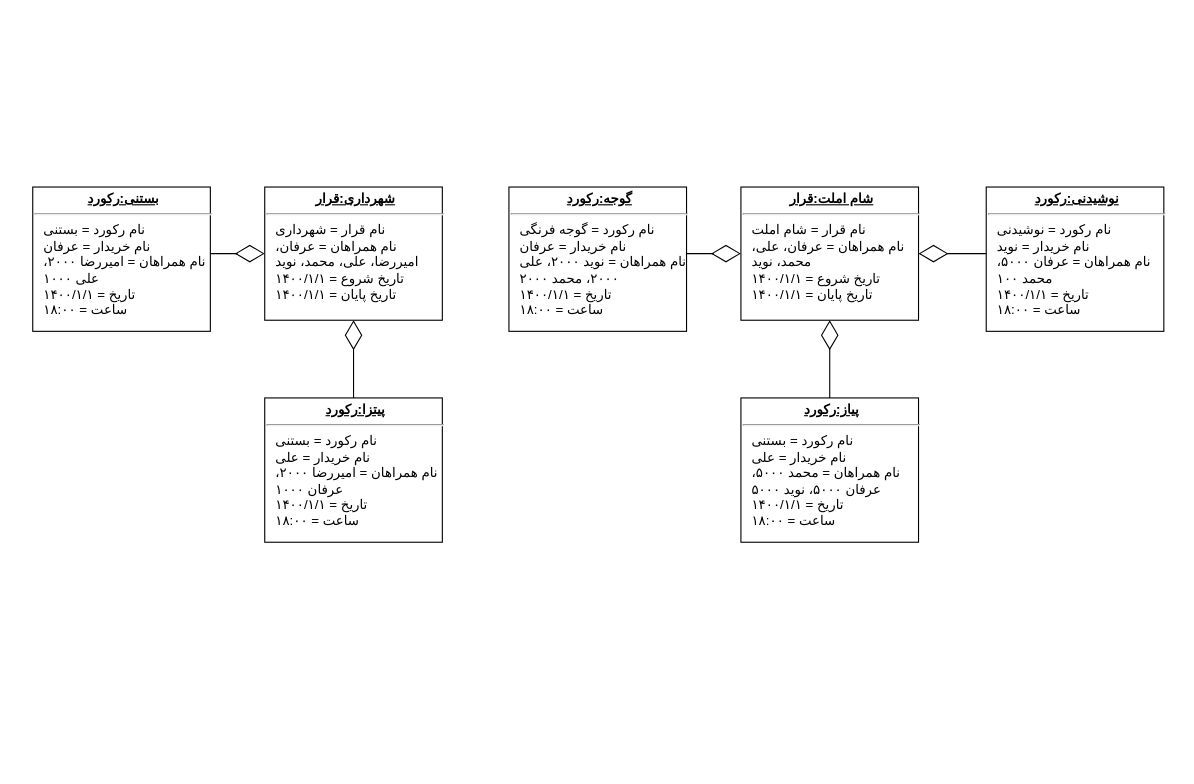
Before: page "Object" (2 of 14) of UML.drawio in moharamzadeh/lets-go-dutch, a draw.io diagram. Source tidied: cells renumbered, new cells numbered last; positions are measured from the earlier drawing's top-left corner, leaving out a move shared by most shapes. Both pictures are drawn from the tidied source at 111%, with x=0, y=0 at pixel (32, 186).
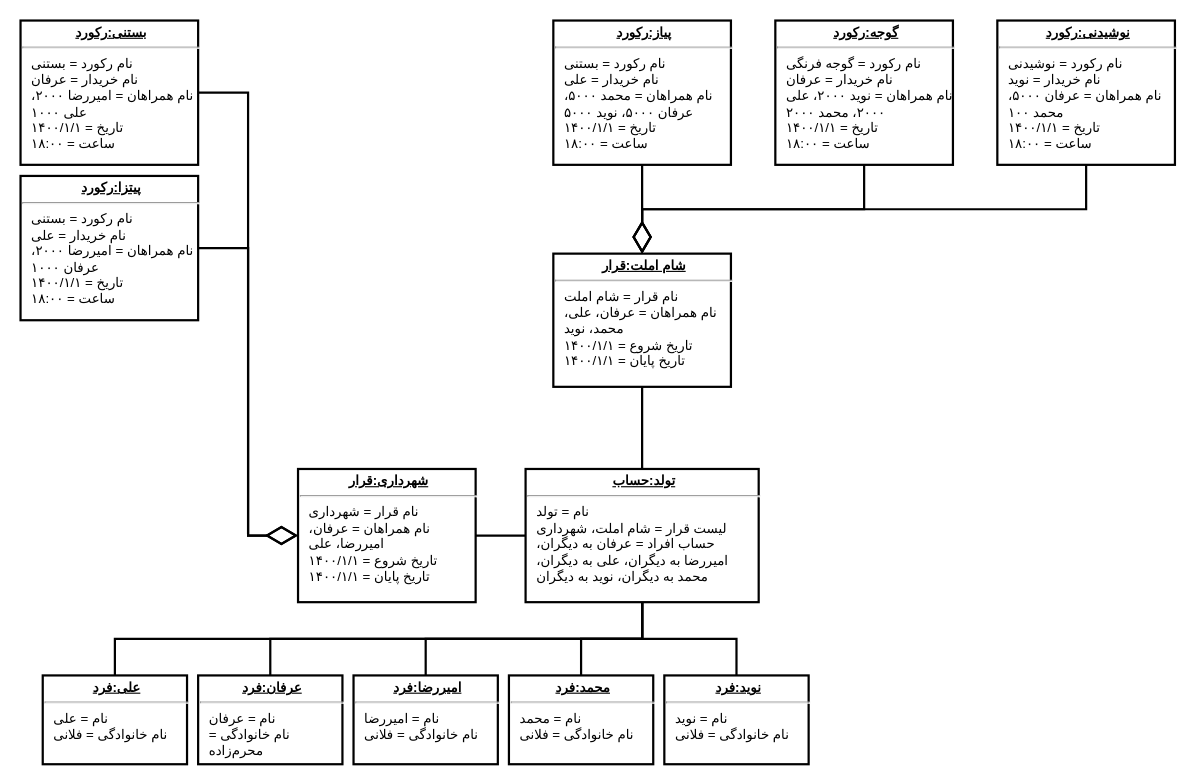
Above is the later version.

Change to the diagram source:
```diff
@@
-    <mxCell id="2" value="&lt;p style=&quot;margin:0px;margin-top:4px;text-align:center;text-decoration:underline;&quot;&gt;&lt;b&gt;شهرداری:قرار&lt;/b&gt;&lt;/p&gt;&lt;hr&gt;&lt;p style=&quot;margin: 0px 0px 0px 8px;&quot;&gt;نام قرار = شهرداری&lt;/p&gt;&lt;p style=&quot;margin: 0px 0px 0px 8px;&quot;&gt;نام همراهان = عرفان، امیررضا، علی، محمد، نوید&lt;/p&gt;&lt;p style=&quot;margin: 0px 0px 0px 8px;&quot;&gt;تاریخ شروع = ۱۴۰۰/۱/۱&lt;/p&gt;&lt;p style=&quot;margin: 0px 0px 0px 8px;&quot;&gt;تاریخ پایان = ۱۴۰۰/۱/۱&lt;/p&gt;" style="verticalAlign=top;align=left;overflow=fill;fontSize=12;fontFamily=Vazirmatn;html=1;textDirection=rtl;whiteSpace=wrap;" parent="1" vertex="1">
-      <mxGeometry x="209" width="160" height="120" as="geometry" />
+    <mxCell id="2" value="&lt;p style=&quot;margin:0px;margin-top:4px;text-align:center;text-decoration:underline;&quot;&gt;&lt;b&gt;شهرداری:قرار&lt;/b&gt;&lt;/p&gt;&lt;hr&gt;&lt;p style=&quot;margin: 0px 0px 0px 8px;&quot;&gt;نام قرار = شهرداری&lt;/p&gt;&lt;p style=&quot;margin: 0px 0px 0px 8px;&quot;&gt;نام همراهان = عرفان، امیررضا، علی&lt;/p&gt;&lt;p style=&quot;margin: 0px 0px 0px 8px;&quot;&gt;تاریخ شروع = ۱۴۰۰/۱/۱&lt;/p&gt;&lt;p style=&quot;margin: 0px 0px 0px 8px;&quot;&gt;تاریخ پایان = ۱۴۰۰/۱/۱&lt;/p&gt;" style="verticalAlign=top;align=left;overflow=fill;fontSize=12;fontFamily=Vazirmatn;html=1;textDirection=rtl;whiteSpace=wrap;strokeWidth=2;" parent="1" vertex="1">
+      <mxGeometry x="239" y="254" width="160" height="120" as="geometry" />
     </mxCell>
-    <mxCell id="3" value="&lt;p style=&quot;margin:0px;margin-top:4px;text-align:center;text-decoration:underline;&quot;&gt;&lt;b&gt;بستنی:رکورد&lt;/b&gt;&lt;/p&gt;&lt;hr&gt;&lt;p style=&quot;margin:0px;margin-left:8px;&quot;&gt;نام رکورد = بستنی&lt;/p&gt;&lt;p style=&quot;margin:0px;margin-left:8px;&quot;&gt;نام خریدار = عرفان&lt;/p&gt;&lt;p style=&quot;margin:0px;margin-left:8px;&quot;&gt;نام همراهان = امیررضا ۲۰۰۰، علی ۱۰۰۰&lt;/p&gt;&lt;p style=&quot;margin:0px;margin-left:8px;&quot;&gt;تاریخ = ۱۴۰۰/۱/۱&lt;/p&gt;&lt;p style=&quot;margin:0px;margin-left:8px;&quot;&gt;ساعت = ۱۸:۰۰&lt;/p&gt;" style="verticalAlign=top;align=left;overflow=fill;fontSize=12;fontFamily=Vazirmatn;html=1;textDirection=rtl;whiteSpace=wrap;" parent="1" vertex="1">
-      <mxGeometry width="160" height="130" as="geometry" />
+    <mxCell id="3" value="&lt;p style=&quot;margin:0px;margin-top:4px;text-align:center;text-decoration:underline;&quot;&gt;&lt;b&gt;بستنی:رکورد&lt;/b&gt;&lt;/p&gt;&lt;hr&gt;&lt;p style=&quot;margin:0px;margin-left:8px;&quot;&gt;نام رکورد = بستنی&lt;/p&gt;&lt;p style=&quot;margin:0px;margin-left:8px;&quot;&gt;نام خریدار = عرفان&lt;/p&gt;&lt;p style=&quot;margin:0px;margin-left:8px;&quot;&gt;نام همراهان = امیررضا ۲۰۰۰، علی ۱۰۰۰&lt;/p&gt;&lt;p style=&quot;margin:0px;margin-left:8px;&quot;&gt;تاریخ = ۱۴۰۰/۱/۱&lt;/p&gt;&lt;p style=&quot;margin:0px;margin-left:8px;&quot;&gt;ساعت = ۱۸:۰۰&lt;/p&gt;" style="verticalAlign=top;align=left;overflow=fill;fontSize=12;fontFamily=Vazirmatn;html=1;textDirection=rtl;whiteSpace=wrap;strokeWidth=2;" parent="1" vertex="1">
+      <mxGeometry x="-11" y="-150" width="160" height="130" as="geometry" />
     </mxCell>
-    <mxCell id="4" style="endArrow=diamondThin;endFill=0;endSize=24;html=1;rounded=0;fontFamily=Vazirmatn;edgeStyle=elbowEdgeStyle;elbow=vertical;textDirection=rtl;" parent="1" edge="1" source="3" target="2">
+    <mxCell id="4" style="endArrow=diamondThin;endFill=0;endSize=24;html=1;rounded=0;fontFamily=Vazirmatn;edgeStyle=elbowEdgeStyle;textDirection=rtl;strokeWidth=2;" parent="1" edge="1" source="3" target="2">
       <mxGeometry relative="1" as="geometry" />
     </mxCell>
-    <mxCell id="5" value="&lt;p style=&quot;margin:0px;margin-top:4px;text-align:center;text-decoration:underline;&quot;&gt;&lt;b&gt;پیتزا:رکورد&lt;/b&gt;&lt;/p&gt;&lt;hr&gt;&lt;p style=&quot;margin:0px;margin-left:8px;&quot;&gt;نام رکورد = بستنی&lt;/p&gt;&lt;p style=&quot;margin:0px;margin-left:8px;&quot;&gt;نام خریدار = علی&lt;/p&gt;&lt;p style=&quot;margin:0px;margin-left:8px;&quot;&gt;نام همراهان = امیررضا ۲۰۰۰، عرفان ۱۰۰۰&lt;/p&gt;&lt;p style=&quot;margin:0px;margin-left:8px;&quot;&gt;تاریخ = ۱۴۰۰/۱/۱&lt;/p&gt;&lt;p style=&quot;margin:0px;margin-left:8px;&quot;&gt;ساعت = ۱۸:۰۰&lt;/p&gt;" style="verticalAlign=top;align=left;overflow=fill;fontSize=12;fontFamily=Vazirmatn;html=1;textDirection=rtl;whiteSpace=wrap;" parent="1" vertex="1">
-      <mxGeometry x="209" y="190" width="160" height="130" as="geometry" />
+    <mxCell id="5" value="&lt;p style=&quot;margin:0px;margin-top:4px;text-align:center;text-decoration:underline;&quot;&gt;&lt;b&gt;پیتزا:رکورد&lt;/b&gt;&lt;/p&gt;&lt;hr&gt;&lt;p style=&quot;margin:0px;margin-left:8px;&quot;&gt;نام رکورد = بستنی&lt;/p&gt;&lt;p style=&quot;margin:0px;margin-left:8px;&quot;&gt;نام خریدار = علی&lt;/p&gt;&lt;p style=&quot;margin:0px;margin-left:8px;&quot;&gt;نام همراهان = امیررضا ۲۰۰۰، عرفان ۱۰۰۰&lt;/p&gt;&lt;p style=&quot;margin:0px;margin-left:8px;&quot;&gt;تاریخ = ۱۴۰۰/۱/۱&lt;/p&gt;&lt;p style=&quot;margin:0px;margin-left:8px;&quot;&gt;ساعت = ۱۸:۰۰&lt;/p&gt;" style="verticalAlign=top;align=left;overflow=fill;fontSize=12;fontFamily=Vazirmatn;html=1;textDirection=rtl;whiteSpace=wrap;strokeWidth=2;" parent="1" vertex="1">
+      <mxGeometry x="-11" y="-10" width="160" height="130" as="geometry" />
     </mxCell>
-    <mxCell id="6" style="endArrow=diamondThin;endFill=0;endSize=24;html=1;rounded=0;fontFamily=Vazirmatn;edgeStyle=elbowEdgeStyle;textDirection=rtl;" parent="1" edge="1" source="5" target="2">
+    <mxCell id="6" style="endArrow=diamondThin;endFill=0;endSize=24;html=1;rounded=0;fontFamily=Vazirmatn;edgeStyle=elbowEdgeStyle;textDirection=rtl;strokeWidth=2;" parent="1" edge="1" source="5" target="2">
       <mxGeometry relative="1" as="geometry" />
     </mxCell>
-    <mxCell id="7" value="&lt;p style=&quot;margin:0px;margin-top:4px;text-align:center;text-decoration:underline;&quot;&gt;&lt;b&gt;شام املت:قرار&lt;/b&gt;&lt;/p&gt;&lt;hr&gt;&lt;p style=&quot;margin: 0px 0px 0px 8px;&quot;&gt;نام قرار = شام املت&lt;/p&gt;&lt;p style=&quot;margin: 0px 0px 0px 8px;&quot;&gt;نام همراهان = عرفان، علی، محمد، نوید&lt;/p&gt;&lt;p style=&quot;margin: 0px 0px 0px 8px;&quot;&gt;تاریخ شروع = ۱۴۰۰/۱/۱&lt;/p&gt;&lt;p style=&quot;margin: 0px 0px 0px 8px;&quot;&gt;تاریخ پایان = ۱۴۰۰/۱/۱&lt;/p&gt;" style="verticalAlign=top;align=left;overflow=fill;fontSize=12;fontFamily=Vazirmatn;html=1;textDirection=rtl;whiteSpace=wrap;" parent="1" vertex="1">
-      <mxGeometry x="638" width="160" height="120" as="geometry" />
+    <mxCell id="7" value="&lt;p style=&quot;margin:0px;margin-top:4px;text-align:center;text-decoration:underline;&quot;&gt;&lt;b&gt;شام املت:قرار&lt;/b&gt;&lt;/p&gt;&lt;hr&gt;&lt;p style=&quot;margin: 0px 0px 0px 8px;&quot;&gt;نام قرار = شام املت&lt;/p&gt;&lt;p style=&quot;margin: 0px 0px 0px 8px;&quot;&gt;نام همراهان = عرفان، علی، محمد، نوید&lt;/p&gt;&lt;p style=&quot;margin: 0px 0px 0px 8px;&quot;&gt;تاریخ شروع = ۱۴۰۰/۱/۱&lt;/p&gt;&lt;p style=&quot;margin: 0px 0px 0px 8px;&quot;&gt;تاریخ پایان = ۱۴۰۰/۱/۱&lt;/p&gt;" style="verticalAlign=top;align=left;overflow=fill;fontSize=12;fontFamily=Vazirmatn;html=1;textDirection=rtl;whiteSpace=wrap;strokeWidth=2;" parent="1" vertex="1">
+      <mxGeometry x="469" y="60" width="160" height="120" as="geometry" />
     </mxCell>
-    <mxCell id="8" value="&lt;p style=&quot;margin:0px;margin-top:4px;text-align:center;text-decoration:underline;&quot;&gt;&lt;b&gt;گوجه:رکورد&lt;/b&gt;&lt;/p&gt;&lt;hr&gt;&lt;p style=&quot;margin:0px;margin-left:8px;&quot;&gt;نام رکورد = گوجه فرنگی&lt;/p&gt;&lt;p style=&quot;margin:0px;margin-left:8px;&quot;&gt;نام خریدار = عرفان&lt;/p&gt;&lt;p style=&quot;margin:0px;margin-left:8px;&quot;&gt;نام همراهان = نوید ۲۰۰۰، علی ۲۰۰۰، محمد ۲۰۰۰&lt;/p&gt;&lt;p style=&quot;margin:0px;margin-left:8px;&quot;&gt;تاریخ = ۱۴۰۰/۱/۱&lt;/p&gt;&lt;p style=&quot;margin:0px;margin-left:8px;&quot;&gt;ساعت = ۱۸:۰۰&lt;/p&gt;" style="verticalAlign=top;align=left;overflow=fill;fontSize=12;fontFamily=Vazirmatn;html=1;textDirection=rtl;whiteSpace=wrap;" parent="1" vertex="1">
-      <mxGeometry x="429" width="160" height="130" as="geometry" />
+    <mxCell id="8" value="&lt;p style=&quot;margin:0px;margin-top:4px;text-align:center;text-decoration:underline;&quot;&gt;&lt;b&gt;گوجه:رکورد&lt;/b&gt;&lt;/p&gt;&lt;hr&gt;&lt;p style=&quot;margin:0px;margin-left:8px;&quot;&gt;نام رکورد = گوجه فرنگی&lt;/p&gt;&lt;p style=&quot;margin:0px;margin-left:8px;&quot;&gt;نام خریدار = عرفان&lt;/p&gt;&lt;p style=&quot;margin:0px;margin-left:8px;&quot;&gt;نام همراهان = نوید ۲۰۰۰، علی ۲۰۰۰، محمد ۲۰۰۰&lt;/p&gt;&lt;p style=&quot;margin:0px;margin-left:8px;&quot;&gt;تاریخ = ۱۴۰۰/۱/۱&lt;/p&gt;&lt;p style=&quot;margin:0px;margin-left:8px;&quot;&gt;ساعت = ۱۸:۰۰&lt;/p&gt;" style="verticalAlign=top;align=left;overflow=fill;fontSize=12;fontFamily=Vazirmatn;html=1;textDirection=rtl;whiteSpace=wrap;strokeWidth=2;" parent="1" vertex="1">
+      <mxGeometry x="669" y="-150" width="160" height="130" as="geometry" />
     </mxCell>
-    <mxCell id="9" style="endArrow=diamondThin;endFill=0;endSize=24;html=1;rounded=0;fontFamily=Vazirmatn;edgeStyle=elbowEdgeStyle;elbow=vertical;textDirection=rtl;" parent="1" edge="1" source="8" target="7">
+    <mxCell id="9" style="endArrow=diamondThin;endFill=0;endSize=24;html=1;rounded=0;fontFamily=Vazirmatn;edgeStyle=elbowEdgeStyle;elbow=vertical;textDirection=rtl;strokeWidth=2;" parent="1" edge="1" source="8" target="7">
       <mxGeometry relative="1" as="geometry" />
     </mxCell>
-    <mxCell id="10" value="&lt;p style=&quot;margin:0px;margin-top:4px;text-align:center;text-decoration:underline;&quot;&gt;&lt;b&gt;پیاز:رکورد&lt;/b&gt;&lt;/p&gt;&lt;hr&gt;&lt;p style=&quot;margin:0px;margin-left:8px;&quot;&gt;نام رکورد = بستنی&lt;/p&gt;&lt;p style=&quot;margin:0px;margin-left:8px;&quot;&gt;نام خریدار = علی&lt;/p&gt;&lt;p style=&quot;margin:0px;margin-left:8px;&quot;&gt;نام همراهان = محمد ۵۰۰۰، عرفان ۵۰۰۰، نوید ۵۰۰۰&lt;/p&gt;&lt;p style=&quot;margin:0px;margin-left:8px;&quot;&gt;تاریخ = ۱۴۰۰/۱/۱&lt;/p&gt;&lt;p style=&quot;margin:0px;margin-left:8px;&quot;&gt;ساعت = ۱۸:۰۰&lt;/p&gt;" style="verticalAlign=top;align=left;overflow=fill;fontSize=12;fontFamily=Vazirmatn;html=1;textDirection=rtl;whiteSpace=wrap;" parent="1" vertex="1">
-      <mxGeometry x="638" y="190" width="160" height="130" as="geometry" />
+    <mxCell id="10" value="&lt;p style=&quot;margin:0px;margin-top:4px;text-align:center;text-decoration:underline;&quot;&gt;&lt;b&gt;پیاز:رکورد&lt;/b&gt;&lt;/p&gt;&lt;hr&gt;&lt;p style=&quot;margin:0px;margin-left:8px;&quot;&gt;نام رکورد = بستنی&lt;/p&gt;&lt;p style=&quot;margin:0px;margin-left:8px;&quot;&gt;نام خریدار = علی&lt;/p&gt;&lt;p style=&quot;margin:0px;margin-left:8px;&quot;&gt;نام همراهان = محمد ۵۰۰۰، عرفان ۵۰۰۰، نوید ۵۰۰۰&lt;/p&gt;&lt;p style=&quot;margin:0px;margin-left:8px;&quot;&gt;تاریخ = ۱۴۰۰/۱/۱&lt;/p&gt;&lt;p style=&quot;margin:0px;margin-left:8px;&quot;&gt;ساعت = ۱۸:۰۰&lt;/p&gt;" style="verticalAlign=top;align=left;overflow=fill;fontSize=12;fontFamily=Vazirmatn;html=1;textDirection=rtl;whiteSpace=wrap;strokeWidth=2;" parent="1" vertex="1">
+      <mxGeometry x="469" y="-150" width="160" height="130" as="geometry" />
     </mxCell>
-    <mxCell id="11" style="endArrow=diamondThin;endFill=0;endSize=24;html=1;rounded=0;fontFamily=Vazirmatn;edgeStyle=elbowEdgeStyle;textDirection=rtl;" parent="1" edge="1" source="10" target="7">
+    <mxCell id="11" style="endArrow=diamondThin;endFill=0;endSize=24;html=1;rounded=0;fontFamily=Vazirmatn;edgeStyle=elbowEdgeStyle;textDirection=rtl;strokeWidth=2;elbow=vertical;" parent="1" edge="1" source="10" target="7">
       <mxGeometry relative="1" as="geometry" />
     </mxCell>
-    <mxCell id="12" value="&lt;p style=&quot;margin:0px;margin-top:4px;text-align:center;text-decoration:underline;&quot;&gt;&lt;b&gt;نوشیدنی:رکورد&lt;/b&gt;&lt;/p&gt;&lt;hr&gt;&lt;p style=&quot;margin:0px;margin-left:8px;&quot;&gt;نام رکورد = نوشیدنی&lt;/p&gt;&lt;p style=&quot;margin:0px;margin-left:8px;&quot;&gt;نام خریدار = نوید&lt;/p&gt;&lt;p style=&quot;margin:0px;margin-left:8px;&quot;&gt;نام همراهان = عرفان ۵۰۰۰، محمد ۱۰۰&lt;/p&gt;&lt;p style=&quot;margin:0px;margin-left:8px;&quot;&gt;تاریخ = ۱۴۰۰/۱/۱&lt;/p&gt;&lt;p style=&quot;margin:0px;margin-left:8px;&quot;&gt;ساعت = ۱۸:۰۰&lt;/p&gt;" style="verticalAlign=top;align=left;overflow=fill;fontSize=12;fontFamily=Vazirmatn;html=1;textDirection=rtl;whiteSpace=wrap;" parent="1" vertex="1">
-      <mxGeometry x="859" width="160" height="130" as="geometry" />
+    <mxCell id="12" value="&lt;p style=&quot;margin:0px;margin-top:4px;text-align:center;text-decoration:underline;&quot;&gt;&lt;b&gt;نوشیدنی:رکورد&lt;/b&gt;&lt;/p&gt;&lt;hr&gt;&lt;p style=&quot;margin:0px;margin-left:8px;&quot;&gt;نام رکورد = نوشیدنی&lt;/p&gt;&lt;p style=&quot;margin:0px;margin-left:8px;&quot;&gt;نام خریدار = نوید&lt;/p&gt;&lt;p style=&quot;margin:0px;margin-left:8px;&quot;&gt;نام همراهان = عرفان ۵۰۰۰، محمد ۱۰۰&lt;/p&gt;&lt;p style=&quot;margin:0px;margin-left:8px;&quot;&gt;تاریخ = ۱۴۰۰/۱/۱&lt;/p&gt;&lt;p style=&quot;margin:0px;margin-left:8px;&quot;&gt;ساعت = ۱۸:۰۰&lt;/p&gt;" style="verticalAlign=top;align=left;overflow=fill;fontSize=12;fontFamily=Vazirmatn;html=1;textDirection=rtl;whiteSpace=wrap;strokeWidth=2;" parent="1" vertex="1">
+      <mxGeometry x="869" y="-150" width="160" height="130" as="geometry" />
     </mxCell>
-    <mxCell id="13" style="endArrow=diamondThin;endFill=0;endSize=24;html=1;rounded=0;fontFamily=Vazirmatn;edgeStyle=elbowEdgeStyle;elbow=vertical;textDirection=rtl;" parent="1" edge="1" source="12" target="7">
+    <mxCell id="13" style="endArrow=diamondThin;endFill=0;endSize=24;html=1;rounded=0;fontFamily=Vazirmatn;edgeStyle=elbowEdgeStyle;elbow=vertical;textDirection=rtl;strokeWidth=2;" parent="1" edge="1" source="12" target="7">
       <mxGeometry relative="1" as="geometry" />
     </mxCell>
+    <mxCell id="14" value="&lt;p style=&quot;margin:0px;margin-top:4px;text-align:center;text-decoration:underline;&quot;&gt;&lt;b&gt;تولد:حساب&lt;/b&gt;&lt;/p&gt;&lt;hr&gt;&lt;p style=&quot;margin: 0px 0px 0px 8px;&quot;&gt;نام = تولد&lt;/p&gt;&lt;p style=&quot;margin: 0px 0px 0px 8px;&quot;&gt;لیست قرار = شام املت، شهرداری&lt;/p&gt;&lt;p style=&quot;margin: 0px 0px 0px 8px;&quot;&gt;حساب افراد = عرفان به دیگران، امیررضا به دیگران، علی به دیگران، محمد به دیگران، نوید به دیگران&lt;/p&gt;" style="verticalAlign=top;align=left;overflow=fill;fontSize=12;fontFamily=Vazirmatn;html=1;textDirection=rtl;whiteSpace=wrap;strokeWidth=2;" parent="1" vertex="1">
+      <mxGeometry x="444" y="254" width="210" height="120" as="geometry" />
+    </mxCell>
+    <mxCell id="15" style="endArrow=none;endFill=0;endSize=24;html=1;rounded=0;fontFamily=Vazirmatn;edgeStyle=elbowEdgeStyle;textDirection=rtl;strokeWidth=2;elbow=vertical;" parent="1" edge="1" source="2" target="14">
+      <mxGeometry relative="1" as="geometry" />
+    </mxCell>
+    <mxCell id="16" style="endArrow=none;endFill=0;endSize=24;html=1;rounded=0;fontFamily=Vazirmatn;edgeStyle=elbowEdgeStyle;textDirection=rtl;strokeWidth=2;elbow=vertical;" parent="1" edge="1" source="7" target="14">
+      <mxGeometry relative="1" as="geometry" />
+    </mxCell>
+    <mxCell id="17" value="&lt;p style=&quot;margin:0px;margin-top:4px;text-align:center;text-decoration:underline;&quot;&gt;&lt;b&gt;عرفان:فرد&lt;/b&gt;&lt;/p&gt;&lt;hr&gt;&lt;p style=&quot;margin:0px;margin-left:8px;&quot;&gt;نام = عرفان&lt;/p&gt;&lt;p style=&quot;margin:0px;margin-left:8px;&quot;&gt;نام خانوادگی = محرم‌زاده&lt;/p&gt;" style="verticalAlign=top;align=left;overflow=fill;fontSize=12;fontFamily=Vazirmatn;html=1;textDirection=rtl;whiteSpace=wrap;strokeWidth=2;" parent="1" vertex="1">
+      <mxGeometry x="149" y="440" width="130" height="80" as="geometry" />
+    </mxCell>
+    <mxCell id="18" value="&lt;p style=&quot;margin:0px;margin-top:4px;text-align:center;text-decoration:underline;&quot;&gt;&lt;b&gt;امیررضا:فرد&lt;/b&gt;&lt;/p&gt;&lt;hr&gt;&lt;p style=&quot;margin:0px;margin-left:8px;&quot;&gt;نام = امیررضا&lt;/p&gt;&lt;p style=&quot;margin:0px;margin-left:8px;&quot;&gt;نام خانوادگی = فلانی&lt;/p&gt;" style="verticalAlign=top;align=left;overflow=fill;fontSize=12;fontFamily=Vazirmatn;html=1;textDirection=rtl;whiteSpace=wrap;strokeWidth=2;" parent="1" vertex="1">
+      <mxGeometry x="289" y="440" width="130" height="80" as="geometry" />
+    </mxCell>
+    <mxCell id="19" value="&lt;p style=&quot;margin:0px;margin-top:4px;text-align:center;text-decoration:underline;&quot;&gt;&lt;b&gt;علی:فرد&lt;/b&gt;&lt;/p&gt;&lt;hr&gt;&lt;p style=&quot;margin:0px;margin-left:8px;&quot;&gt;نام = علی&lt;/p&gt;&lt;p style=&quot;margin:0px;margin-left:8px;&quot;&gt;نام خانوادگی = فلانی&lt;/p&gt;" style="verticalAlign=top;align=left;overflow=fill;fontSize=12;fontFamily=Vazirmatn;html=1;textDirection=rtl;whiteSpace=wrap;strokeWidth=2;" parent="1" vertex="1">
+      <mxGeometry x="9" y="440" width="130" height="80" as="geometry" />
+    </mxCell>
+    <mxCell id="20" style="endArrow=none;endFill=0;endSize=24;html=1;rounded=0;fontFamily=Vazirmatn;edgeStyle=elbowEdgeStyle;textDirection=rtl;strokeWidth=2;elbow=vertical;" parent="1" edge="1" source="14" target="17">
+      <mxGeometry relative="1" as="geometry" />
+    </mxCell>
+    <mxCell id="21" style="endArrow=none;endFill=0;endSize=24;html=1;rounded=0;fontFamily=Vazirmatn;edgeStyle=elbowEdgeStyle;textDirection=rtl;strokeWidth=2;elbow=vertical;" parent="1" edge="1" source="14" target="18">
+      <mxGeometry relative="1" as="geometry" />
+    </mxCell>
+    <mxCell id="22" style="endArrow=none;endFill=0;endSize=24;html=1;rounded=0;fontFamily=Vazirmatn;edgeStyle=elbowEdgeStyle;textDirection=rtl;strokeWidth=2;elbow=vertical;" parent="1" edge="1" source="14" target="19">
+      <mxGeometry relative="1" as="geometry" />
+    </mxCell>
+    <mxCell id="23" style="endArrow=none;endFill=0;endSize=24;html=1;rounded=0;fontFamily=Vazirmatn;edgeStyle=elbowEdgeStyle;textDirection=rtl;strokeWidth=2;elbow=vertical;" parent="1" edge="1" source="14" target="24">
+      <mxGeometry relative="1" as="geometry" />
+    </mxCell>
+    <mxCell id="24" value="&lt;p style=&quot;margin:0px;margin-top:4px;text-align:center;text-decoration:underline;&quot;&gt;&lt;b&gt;محمد:فرد&lt;/b&gt;&lt;/p&gt;&lt;hr&gt;&lt;p style=&quot;margin:0px;margin-left:8px;&quot;&gt;نام = محمد&lt;/p&gt;&lt;p style=&quot;margin:0px;margin-left:8px;&quot;&gt;نام خانوادگی = فلانی&lt;/p&gt;" style="verticalAlign=top;align=left;overflow=fill;fontSize=12;fontFamily=Vazirmatn;html=1;textDirection=rtl;whiteSpace=wrap;strokeWidth=2;" parent="1" vertex="1">
+      <mxGeometry x="429" y="440" width="130" height="80" as="geometry" />
+    </mxCell>
+    <mxCell id="25" style="endArrow=none;endFill=0;endSize=24;html=1;rounded=0;fontFamily=Vazirmatn;edgeStyle=elbowEdgeStyle;textDirection=rtl;strokeWidth=2;elbow=vertical;" parent="1" edge="1" source="14" target="26">
+      <mxGeometry relative="1" as="geometry" />
+    </mxCell>
+    <mxCell id="26" value="&lt;p style=&quot;margin:0px;margin-top:4px;text-align:center;text-decoration:underline;&quot;&gt;&lt;b&gt;نوید:فرد&lt;/b&gt;&lt;/p&gt;&lt;hr&gt;&lt;p style=&quot;margin:0px;margin-left:8px;&quot;&gt;نام = نوید&lt;/p&gt;&lt;p style=&quot;margin:0px;margin-left:8px;&quot;&gt;نام خانوادگی = فلانی&lt;/p&gt;" style="verticalAlign=top;align=left;overflow=fill;fontSize=12;fontFamily=Vazirmatn;html=1;textDirection=rtl;whiteSpace=wrap;strokeWidth=2;" parent="1" vertex="1">
+      <mxGeometry x="569" y="440" width="130" height="80" as="geometry" />
+    </mxCell>
```
